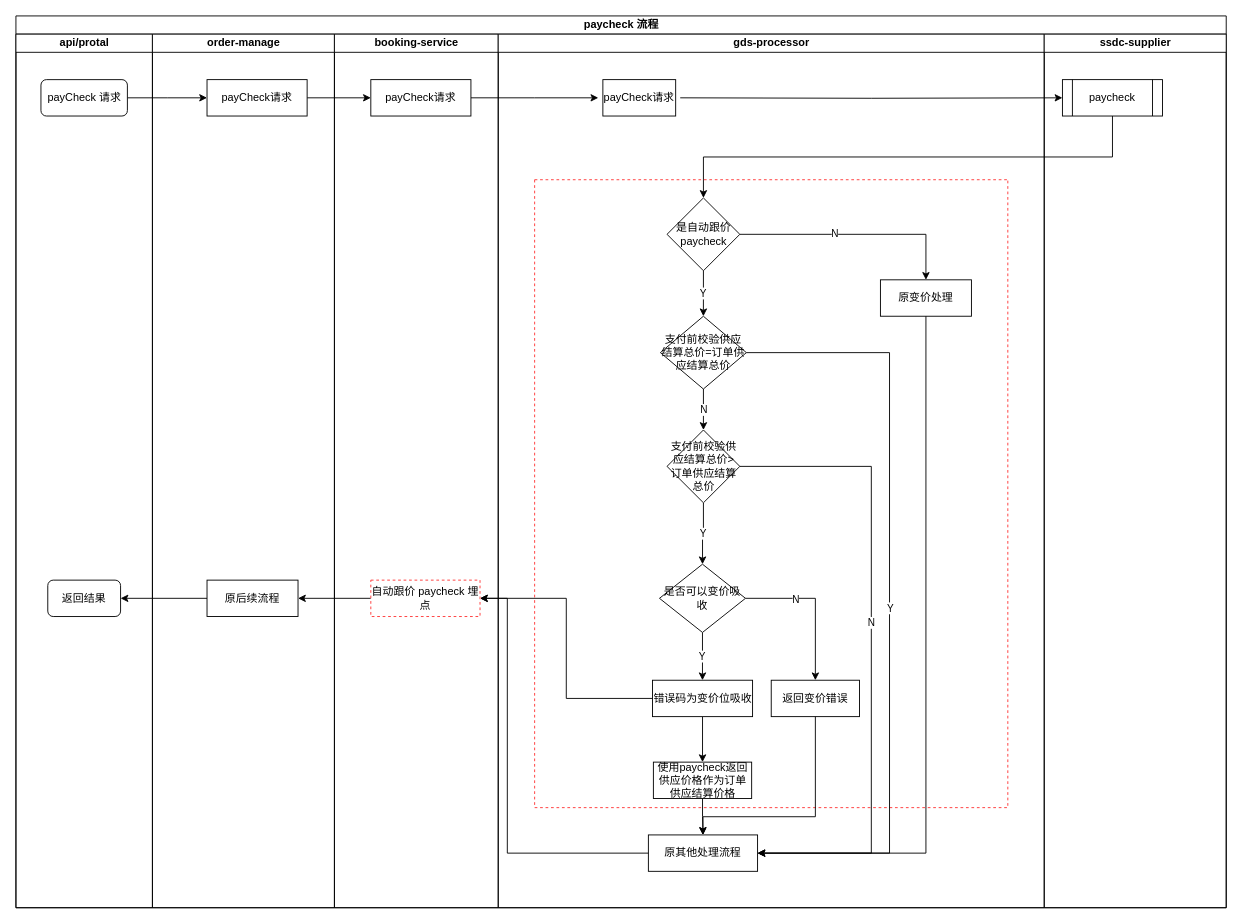
zhangweixin/design-diagram keeps this draw.io diagram as page "支付前校验流程(new-ssdc)" (8 of 9) of pkfare/autoFlowup/autoFllowUp.drawio. Above is the earlier version. Source tidied: cells renumbered, new cells numbered last; positions are measured from the earlier drawing's top-left corner, leaving out a move shared by most shapes. Both pictures are drawn from the tidied source at 91%, with x=0, y=0 at pixel (15, 15).
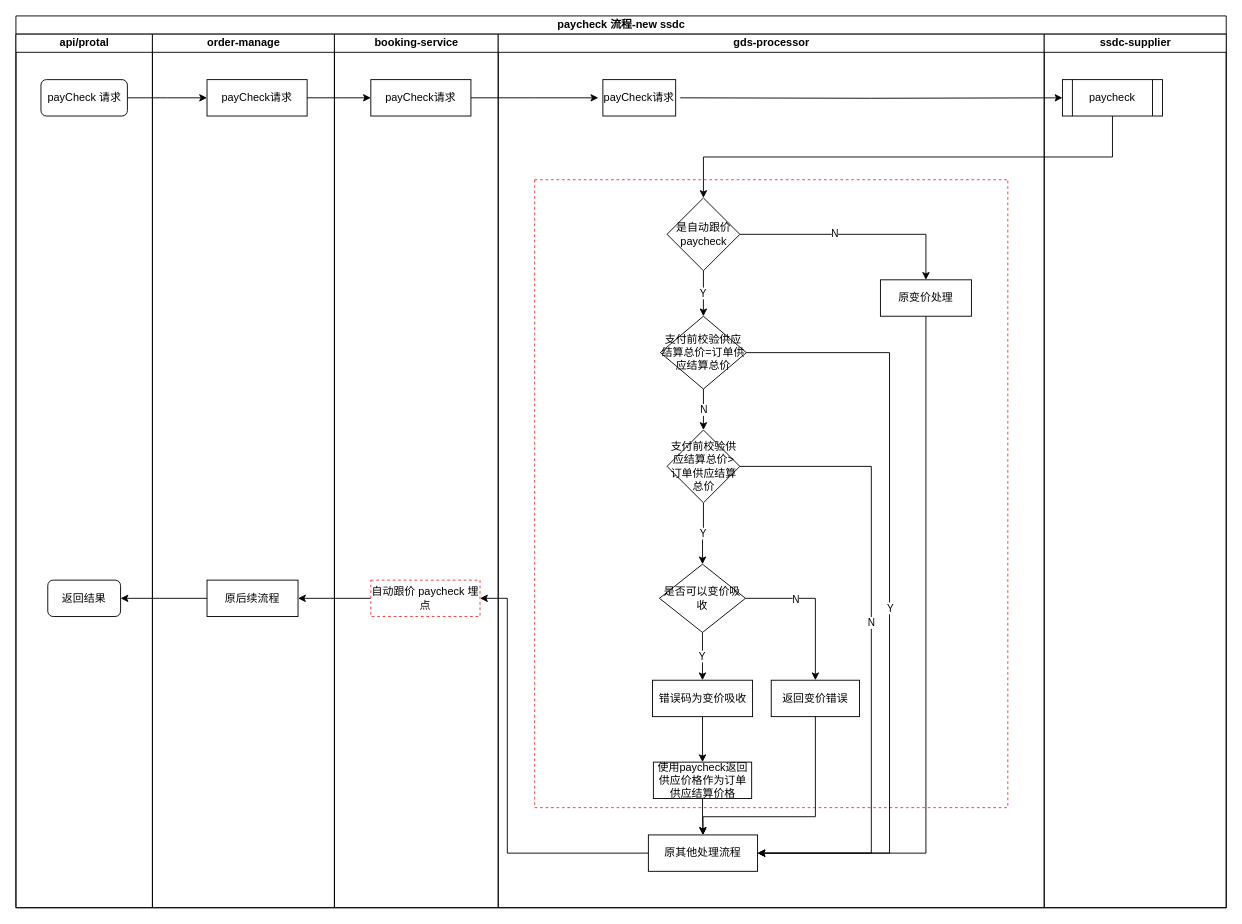
The same page after the edit.

The change refers to these unchanged cells:
```xml
<mxCell id="15" value="自动跟价 paycheck 埋点" style="rounded=0;whiteSpace=wrap;html=1;dashed=1;strokeColor=#FF3333;" parent="11" vertex="1">
  <mxGeometry x="40" y="600" width="120" height="40" as="geometry" />
</mxCell>
<mxCell id="21" style="swimlane;startSize=0;dashed=1;strokeColor=#FF3333;" parent="19" vertex="1">
  <mxGeometry x="40" y="160" width="520" height="690" as="geometry" />
</mxCell>
```

What changed in the source:
```diff
@@
-    <mxCell id="2" value="paycheck 流程" style="swimlane;startSize=20;html=1;" parent="1" vertex="1">
+    <mxCell id="2" value="paycheck 流程-new ssdc" style="swimlane;startSize=20;html=1;" parent="1" vertex="1">
       <mxGeometry width="1330" height="980" as="geometry" />
     </mxCell>
@@
-    <mxCell id="31" value="错误码为变价位吸收" style="rounded=0;whiteSpace=wrap;html=1;" parent="21" vertex="1">
+    <mxCell id="31" value="错误码为变价吸收" style="rounded=0;whiteSpace=wrap;html=1;" parent="21" vertex="1">
       <mxGeometry x="129.5" y="550" width="110" height="40" as="geometry" />
     </mxCell>
@@
-    <mxCell id="49" style="edgeStyle=orthogonalEdgeStyle;rounded=0;jettySize=auto;html=1;exitX=0;exitY=0.5;exitDx=0;exitDy=0;entryX=1;entryY=0.5;entryDx=0;entryDy=0;" parent="2" edge="1" source="31" target="15">
-      <mxGeometry relative="1" as="geometry" />
-    </mxCell>
```
